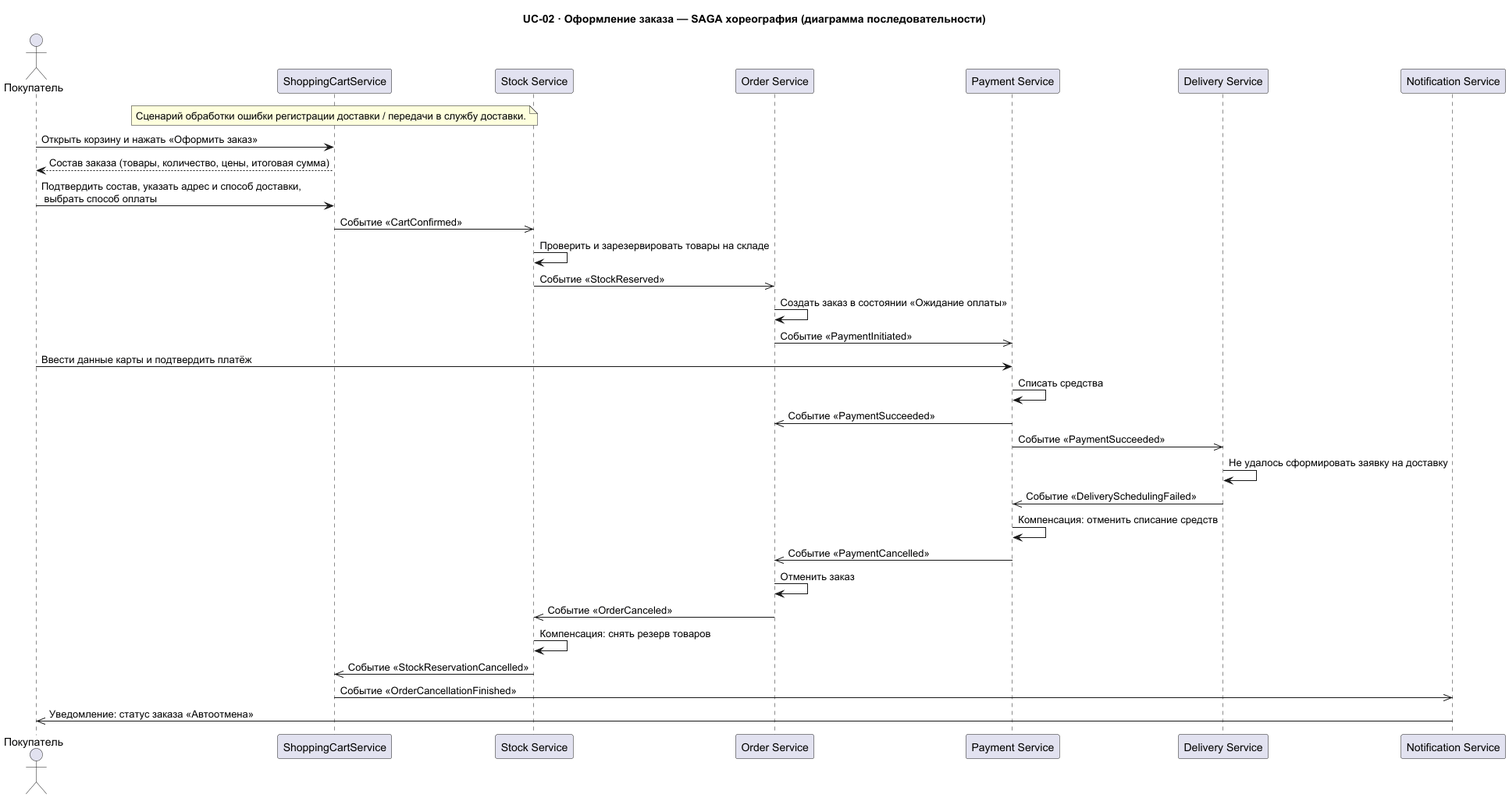
Earlier version of the PlantUML export Task1/seq-order-placement-choreography-payment-failed.png (Babikoff/MSA-3-NovaMarket).
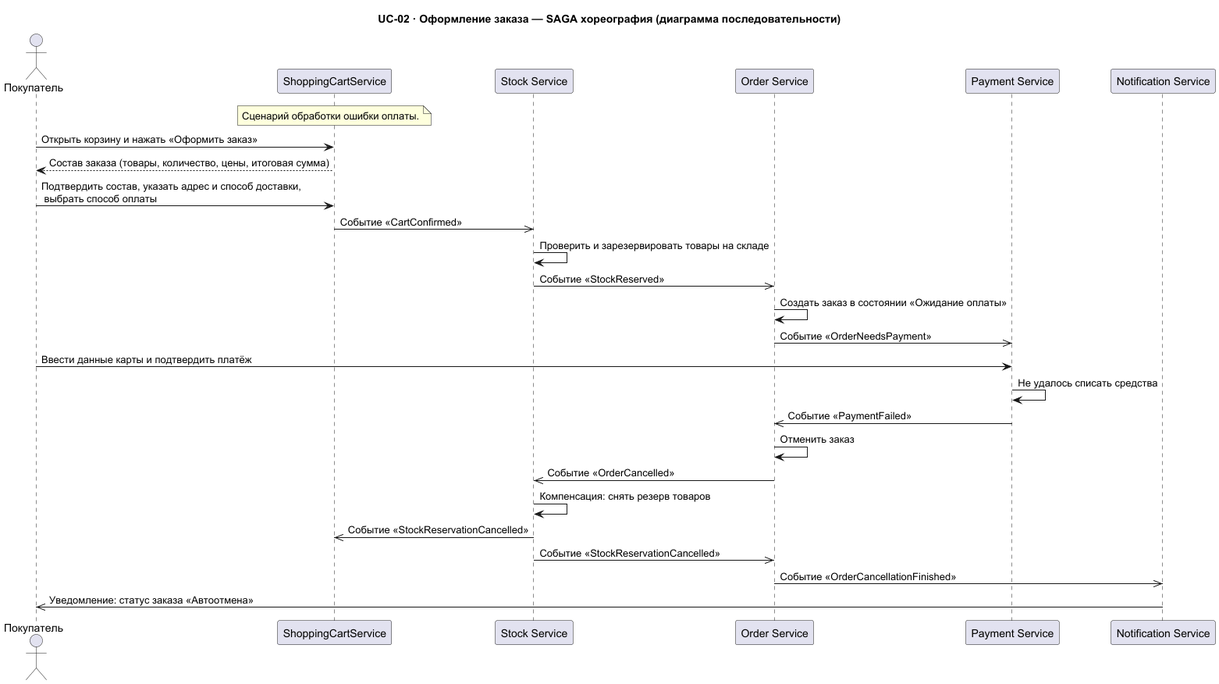
Above is the later version.

The edit, as a diff of the source:
```diff
@@ -1,14 +1,13 @@
 @startuml
 title UC-02 · Оформление заказа — SAGA хореография (диаграмма последовательности)
 
-note over ShoppingCartService : Сценарий обработки ошибки регистрации доставки / передачи в службу доставки.
+note over ShoppingCartService : Сценарий обработки ошибки оплаты.
 
 actor "Покупатель" as buyer
 participant "Shopping Cart Service" as ShoppingCartService
 participant "Stock Service" as StockService
 participant "Order Service" as OrderService
 participant "Payment Service" as PaymentService
-participant "Delivery Service" as DeliveryService
 participant "Notification Service" as NotificationService
 
 buyer -> ShoppingCartService : Открыть корзину и нажать «Оформить заказ»
@@ -22,24 +21,20 @@
 StockService ->> OrderService : Событие «StockReserved»
 
 OrderService -> OrderService : Создать заказ в состоянии «Ожидание оплаты»
-OrderService ->> PaymentService : Событие «PaymentInitiated»
+OrderService ->> PaymentService : Событие «OrderNeedsPayment»
 
 buyer -> PaymentService : Ввести данные карты и подтвердить платёж
-PaymentService -> PaymentService : Списать средства
+PaymentService -> PaymentService : Не удалось списать средства
 
-PaymentService ->> OrderService : Событие «PaymentSucceeded»
-PaymentService ->> DeliveryService : Событие «PaymentSucceeded»
+PaymentService ->> OrderService : Событие «PaymentFailed»
+OrderService -> OrderService : Отменить заказ
+OrderService ->> StockService : Событие «OrderCancelled»
 
-DeliveryService -> DeliveryService : Не удалось сформировать заявку на доставку
-DeliveryService ->> PaymentService : Событие «DeliverySchedulingFailed»
-PaymentService -> PaymentService : Компенсация: отменить списание средств
-PaymentService ->> OrderService : Событие «PaymentCancelled»
-OrderService -> OrderService : Отменить заказ
-OrderService ->> StockService : Событие «OrderCanceled»
 StockService -> StockService : Компенсация: снять резерв товаров
 StockService ->> ShoppingCartService : Событие «StockReservationCancelled»
+StockService ->> OrderService : Событие «StockReservationCancelled»
 
-ShoppingCartService ->> NotificationService : Событие «OrderCancellationFinished»
+OrderService ->> NotificationService : Событие «OrderCancellationFinished»
 NotificationService ->> buyer : Уведомление: статус заказа «Автоотмена»
 
 @enduml
```
